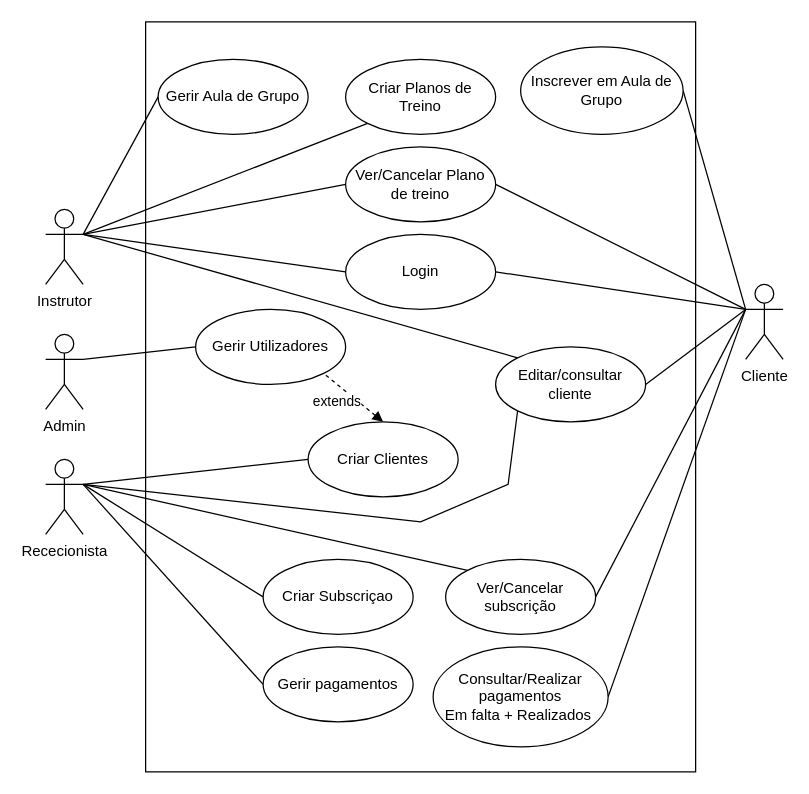
This is Proj2/EntregaFigma/CasosUso.drawio from AlexandrePSantos/GestaoGym, a draw.io file, before an edit. Source tidied: cells renumbered, new cells numbered last; positions are measured from the earlier drawing's top-left corner, leaving out a move shared by most shapes. Both pictures are drawn from the tidied source at 125%, with x=0, y=0 at pixel (45, 21).
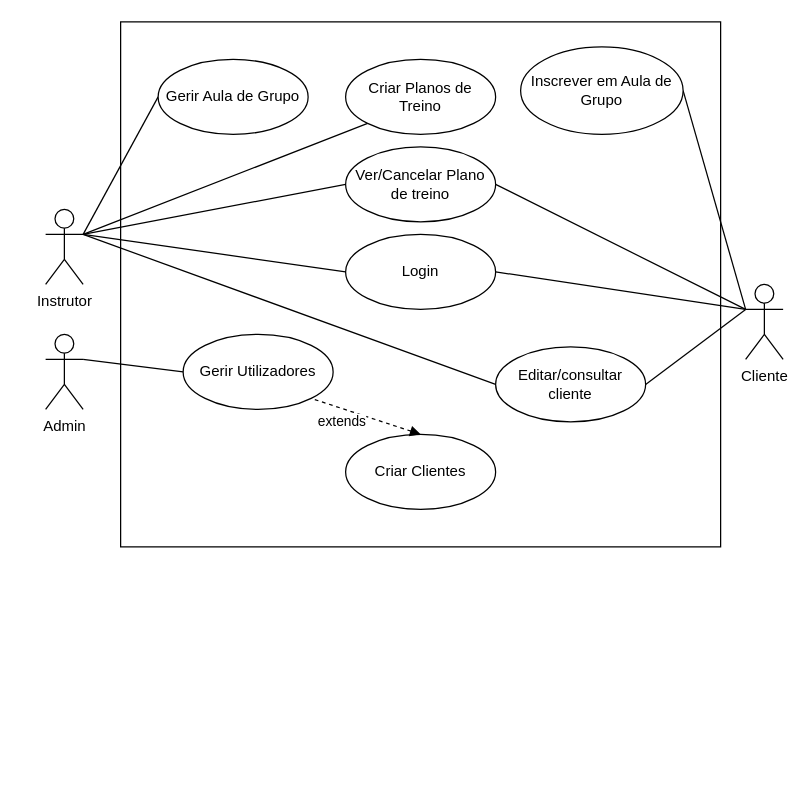
The same page after the edit.

The change refers to these unchanged cells:
```xml
<mxCell id="8" value="Instrutor" style="shape=umlActor;verticalLabelPosition=bottom;verticalAlign=top;html=1;outlineConnect=0;" parent="1" vertex="1">
  <mxGeometry y="150" width="30" height="60" as="geometry" />
</mxCell>
<mxCell id="21" value="Cliente" style="shape=umlActor;verticalLabelPosition=bottom;verticalAlign=top;html=1;outlineConnect=0;" parent="1" vertex="1">
  <mxGeometry x="560" y="210" width="30" height="60" as="geometry" />
</mxCell>
<mxCell id="37" value="Editar/consultar cliente" style="ellipse;whiteSpace=wrap;html=1;fillColor=default;" parent="1" vertex="1">
  <mxGeometry x="360" y="260" width="120" height="60" as="geometry" />
</mxCell>
```

Change to the diagram source:
```diff
@@
     <mxCell id="2" style="rounded=0;whiteSpace=wrap;html=1;fillColor=default;" parent="1" vertex="1">
-      <mxGeometry x="80" width="440" height="600" as="geometry" />
+      <mxGeometry x="60" width="480" height="420" as="geometry" />
     </mxCell>
@@
-    <mxCell id="7" style="edgeStyle=none;rounded=0;jettySize=auto;html=1;entryX=0;entryY=0;entryDx=0;entryDy=0;startArrow=none;startFill=0;endArrow=none;endFill=0;exitX=1;exitY=0.3333333333333333;exitDx=0;exitDy=0;exitPerimeter=0;" parent="1" edge="1" source="8" target="37">
+    <mxCell id="7" style="edgeStyle=none;rounded=0;jettySize=auto;html=1;entryX=0;entryY=0.5;entryDx=0;entryDy=0;startArrow=none;startFill=0;endArrow=none;endFill=0;exitX=1;exitY=0.3333333333333333;exitDx=0;exitDy=0;exitPerimeter=0;" parent="1" edge="1" source="8" target="37">
       <mxGeometry relative="1" as="geometry" />
     </mxCell>
@@
-    <mxCell id="9" style="rounded=0;jettySize=auto;html=1;entryX=0;entryY=0.5;entryDx=0;entryDy=0;startArrow=none;startFill=0;endArrow=none;endFill=0;exitX=1;exitY=0.3333333333333333;exitDx=0;exitDy=0;exitPerimeter=0;" parent="1" edge="1" source="14" target="29">
-      <mxGeometry relative="1" as="geometry" />
-    </mxCell>
-    <mxCell id="10" style="edgeStyle=none;rounded=0;jettySize=auto;html=1;entryX=0;entryY=0;entryDx=0;entryDy=0;startArrow=none;startFill=0;endArrow=none;endFill=0;exitX=1;exitY=0.3333333333333333;exitDx=0;exitDy=0;exitPerimeter=0;" parent="1" edge="1" source="14" target="27">
-      <mxGeometry relative="1" as="geometry" />
-    </mxCell>
-    <mxCell id="11" style="edgeStyle=none;rounded=0;jettySize=auto;html=1;entryX=0;entryY=0.5;entryDx=0;entryDy=0;startArrow=none;startFill=0;endArrow=none;endFill=0;exitX=1;exitY=0.3333333333333333;exitDx=0;exitDy=0;exitPerimeter=0;" parent="1" edge="1" source="14" target="23">
-      <mxGeometry relative="1" as="geometry" />
-    </mxCell>
-    <mxCell id="12" style="edgeStyle=none;rounded=0;jettySize=auto;html=1;entryX=0;entryY=0.5;entryDx=0;entryDy=0;startArrow=none;startFill=0;endArrow=none;endFill=0;exitX=1;exitY=0.3333333333333333;exitDx=0;exitDy=0;exitPerimeter=0;" parent="1" edge="1" source="14" target="32">
-      <mxGeometry relative="1" as="geometry" />
-    </mxCell>
-    <mxCell id="13" style="edgeStyle=none;rounded=0;jettySize=auto;html=1;entryX=0;entryY=1;entryDx=0;entryDy=0;startArrow=none;startFill=0;endArrow=none;endFill=0;exitX=1;exitY=0.3333333333333333;exitDx=0;exitDy=0;exitPerimeter=0;" parent="1" edge="1" source="14" target="37">
-      <mxGeometry relative="1" as="geometry">
-        <Array as="points">
-          <mxPoint x="300" y="400" />
-          <mxPoint x="370" y="370" />
-        </Array>
-      </mxGeometry>
-    </mxCell>
-    <mxCell id="14" value="Rececionista" style="shape=umlActor;verticalLabelPosition=bottom;verticalAlign=top;html=1;outlineConnect=0;" parent="1" vertex="1">
-      <mxGeometry y="350" width="30" height="60" as="geometry" />
-    </mxCell>
@@
-    <mxCell id="16" style="edgeStyle=none;rounded=0;jettySize=auto;html=1;entryX=1;entryY=0.5;entryDx=0;entryDy=0;startArrow=none;startFill=0;endArrow=none;endFill=0;exitX=0;exitY=0.3333333333333333;exitDx=0;exitDy=0;exitPerimeter=0;" parent="1" edge="1" source="21" target="27">
-      <mxGeometry relative="1" as="geometry" />
-    </mxCell>
-    <mxCell id="17" style="edgeStyle=none;rounded=0;jettySize=auto;html=1;entryX=1;entryY=0.5;entryDx=0;entryDy=0;startArrow=none;startFill=0;endArrow=none;endFill=0;exitX=0;exitY=0.3333333333333333;exitDx=0;exitDy=0;exitPerimeter=0;" parent="1" edge="1" source="21" target="28">
-      <mxGeometry relative="1" as="geometry" />
-    </mxCell>
@@
-    <mxCell id="23" value="Gerir pagamentos" style="ellipse;whiteSpace=wrap;html=1;fillColor=default;" parent="1" vertex="1">
-      <mxGeometry x="174" y="500" width="120" height="60" as="geometry" />
-    </mxCell>
     <mxCell id="24" value="Gerir Utilizadores" style="ellipse;whiteSpace=wrap;html=1;fillColor=default;" parent="1" vertex="1">
-      <mxGeometry x="120" y="230" width="120" height="60" as="geometry" />
+      <mxGeometry x="110" y="250" width="120" height="60" as="geometry" />
     </mxCell>
@@
-    <mxCell id="27" value="Ver/Cancelar subscrição" style="ellipse;whiteSpace=wrap;html=1;fillColor=default;" parent="1" vertex="1">
-      <mxGeometry x="320" y="430" width="120" height="60" as="geometry" />
-    </mxCell>
-    <mxCell id="28" value="Consultar/Realizar pagamentos&lt;br&gt;Em falta + Realizados&amp;nbsp;" style="ellipse;whiteSpace=wrap;html=1;fillColor=default;" parent="1" vertex="1">
-      <mxGeometry x="310" y="500" width="140" height="80" as="geometry" />
-    </mxCell>
     <mxCell id="29" value="Criar Clientes" style="ellipse;whiteSpace=wrap;html=1;fillColor=default;" parent="1" vertex="1">
-      <mxGeometry x="210" y="320" width="120" height="60" as="geometry" />
+      <mxGeometry x="240" y="330" width="120" height="60" as="geometry" />
     </mxCell>
@@
-    <mxCell id="32" value="Criar Subscriçao" style="ellipse;whiteSpace=wrap;html=1;fillColor=default;" parent="1" vertex="1">
-      <mxGeometry x="174" y="430" width="120" height="60" as="geometry" />
-    </mxCell>
```
